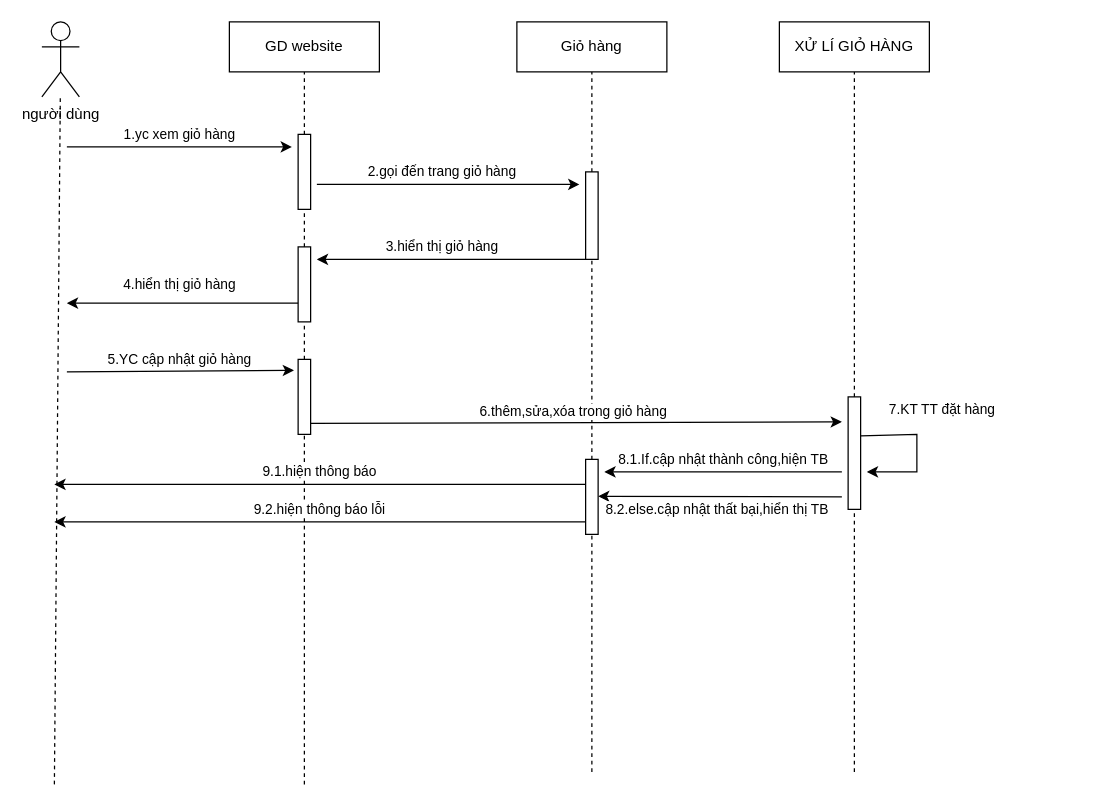
Before: page "giỏ hàng" (2 of 8) of sequnece.drawio in trucka312/diagram, a draw.io diagram. Source tidied: cells renumbered, new cells numbered last; positions are measured from the earlier drawing's top-left corner, leaving out a move shared by most shapes. Both pictures are drawn from the tidied source at 125%, with x=0, y=0 at pixel (41, 21).
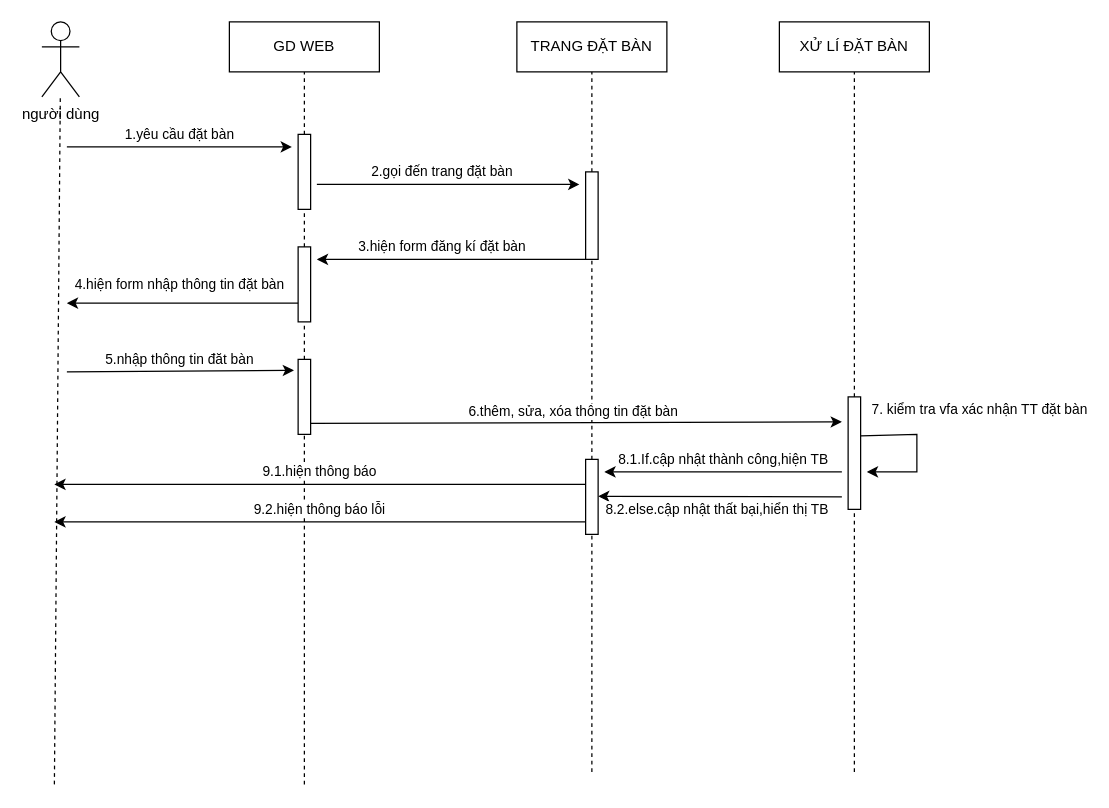
Above is the later version.

Commit message (it also covers changes not shown here):
Cập nhật sequnece.drawio

The change refers to these unchanged cells:
```xml
<mxCell id="15" style="rounded=0;whiteSpace=wrap;html=1;" parent="1" vertex="1">
  <mxGeometry x="205" y="180" width="10" height="60" as="geometry" />
</mxCell>
<mxCell id="20" style="rounded=0;whiteSpace=wrap;html=1;" parent="1" vertex="1">
  <mxGeometry x="205" y="270" width="10" height="60" as="geometry" />
</mxCell>
```

Diff of the diagram source:
```diff
@@
-    <mxCell id="3" value="GD website" style="rounded=0;whiteSpace=wrap;html=1;" parent="1" vertex="1">
+    <mxCell id="3" value="GD WEB" style="rounded=0;whiteSpace=wrap;html=1;" parent="1" vertex="1">
       <mxGeometry x="150" width="120" height="40" as="geometry" />
     </mxCell>
-    <mxCell id="4" value="Giỏ hàng" style="rounded=0;whiteSpace=wrap;html=1;" parent="1" vertex="1">
+    <mxCell id="4" value="TRANG ĐẶT BÀN" style="rounded=0;whiteSpace=wrap;html=1;" parent="1" vertex="1">
       <mxGeometry x="380" width="120" height="40" as="geometry" />
     </mxCell>
@@
-    <mxCell id="8" value="1.yc xem giỏ hàng" style="endArrow=classic;html=1;rounded=0;" parent="1" edge="1">
+    <mxCell id="8" value="1.yêu cầu đặt bàn" style="endArrow=classic;html=1;rounded=0;" parent="1" edge="1">
       <mxGeometry y="10" relative="1" as="geometry">
         <mxPoint x="20" y="100" as="sourcePoint" />
         <mxPoint x="200" y="100" as="targetPoint" />
       </mxGeometry>
     </mxCell>
@@
-    <mxCell id="11" value="2.gọi đến trang giỏ hàng" style="endArrow=classic;html=1;rounded=0;" parent="1" edge="1">
+    <mxCell id="11" value="2.gọi đến trang đặt bàn" style="endArrow=classic;html=1;rounded=0;" parent="1" edge="1">
       <mxGeometry x="-0.05" y="10" relative="1" as="geometry">
         <mxPoint x="220" y="130" as="sourcePoint" />
         <mxPoint x="430" y="130" as="targetPoint" />
       </mxGeometry>
     </mxCell>
@@
-    <mxCell id="14" value="3.hiển thị giỏ hàng" style="endArrow=classic;html=1;rounded=0;" parent="1" edge="1">
+    <mxCell id="14" value="3.hiện form đăng kí đặt bàn" style="endArrow=classic;html=1;rounded=0;" parent="1" edge="1">
       <mxGeometry x="0.07" y="-10" relative="1" as="geometry">
         <mxPoint x="435" y="190" as="sourcePoint" />
         <mxPoint x="220" y="190" as="targetPoint" />
       </mxGeometry>
     </mxCell>
@@
-    <mxCell id="17" value="4.hiển thị giỏ hàng" style="endArrow=classic;html=1;rounded=0;exitX=0;exitY=0.75;exitDx=0;exitDy=0;" parent="1" edge="1" source="15">
+    <mxCell id="17" value="4.hiện form nhập thông tin đặt bàn" style="endArrow=classic;html=1;rounded=0;exitX=0;exitY=0.75;exitDx=0;exitDy=0;" parent="1" edge="1" source="15">
       <mxGeometry x="0.03" y="-15" relative="1" as="geometry">
         <mxPoint x="20" y="225" as="targetPoint" />
       </mxGeometry>
     </mxCell>
-    <mxCell id="18" value="XỬ LÍ GIỎ HÀNG" style="rounded=0;whiteSpace=wrap;html=1;" parent="1" vertex="1">
+    <mxCell id="18" value="XỬ LÍ ĐẶT BÀN" style="rounded=0;whiteSpace=wrap;html=1;" parent="1" vertex="1">
       <mxGeometry x="590" width="120" height="40" as="geometry" />
     </mxCell>
-    <mxCell id="19" value="5.YC cập nhật giỏ hàng" style="endArrow=classic;html=1;rounded=0;entryX=-0.333;entryY=0.146;entryDx=0;entryDy=0;entryPerimeter=0;" parent="1" edge="1" target="20">
+    <mxCell id="19" value="5.nhập thông tin đăt bàn" style="endArrow=classic;html=1;rounded=0;entryX=-0.333;entryY=0.146;entryDx=0;entryDy=0;entryPerimeter=0;" parent="1" edge="1" target="20">
       <mxGeometry x="-0.01" y="9" relative="1" as="geometry">
         <mxPoint x="20" y="280" as="sourcePoint" />
       </mxGeometry>
     </mxCell>
@@
-    <mxCell id="22" value="6.thêm,sửa,xóa trong giỏ hàng" style="endArrow=classic;html=1;rounded=0;" parent="1" edge="1">
+    <mxCell id="22" value="6.thêm, sửa, xóa thông tin đặt bàn" style="endArrow=classic;html=1;rounded=0;" parent="1" edge="1">
       <mxGeometry x="-0.01" y="9" relative="1" as="geometry">
         <mxPoint x="215" y="321.2" as="sourcePoint" />
         <mxPoint x="640" y="320" as="targetPoint" />
       </mxGeometry>
     </mxCell>
@@
-    <mxCell id="26" value="7.KT TT đặt hàng" style="endArrow=classic;html=1;rounded=0;" parent="1" edge="1">
-      <mxGeometry x="-0.22" y="28" relative="1" as="geometry">
+    <mxCell id="26" value="7. kiểm tra vfa xác nhận TT đặt bàn" style="endArrow=classic;html=1;rounded=0;" parent="1" edge="1">
+      <mxGeometry x="-0.22" y="54" relative="1" as="geometry">
         <mxPoint x="655" y="331.2" as="sourcePoint" />
         <mxPoint x="660" y="360" as="targetPoint" />
         <Array as="points">
           <mxPoint x="700" y="330" />
           <mxPoint x="700" y="360" />
         </Array>
-        <mxPoint x="-8" y="-20" as="offset" />
+        <mxPoint x="-4" y="-20" as="offset" />
       </mxGeometry>
     </mxCell>
```
